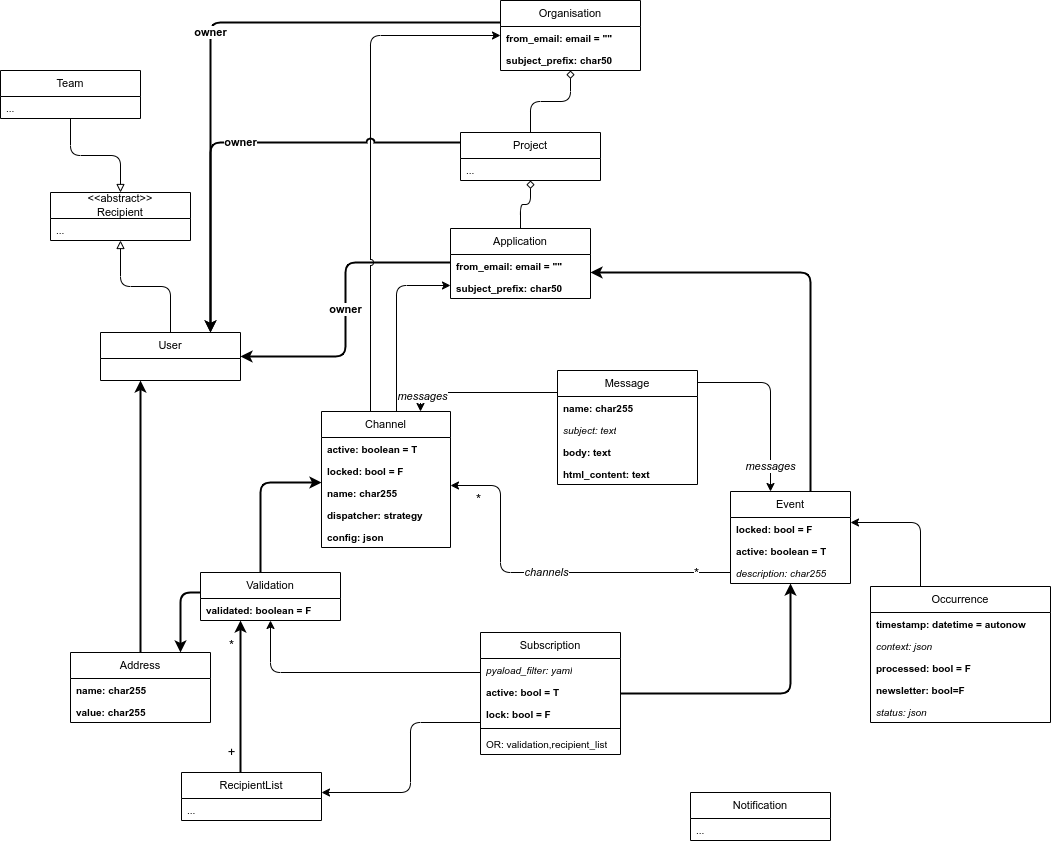
This is docs/BitcasterCD.drawio.png from bitcaster-io/bitcaster, a draw.io export, as it was before one commit. Source tidied: cells renumbered, new cells last; positions are measured from the earlier drawing's top-left corner, leaving out a move shared by most shapes.
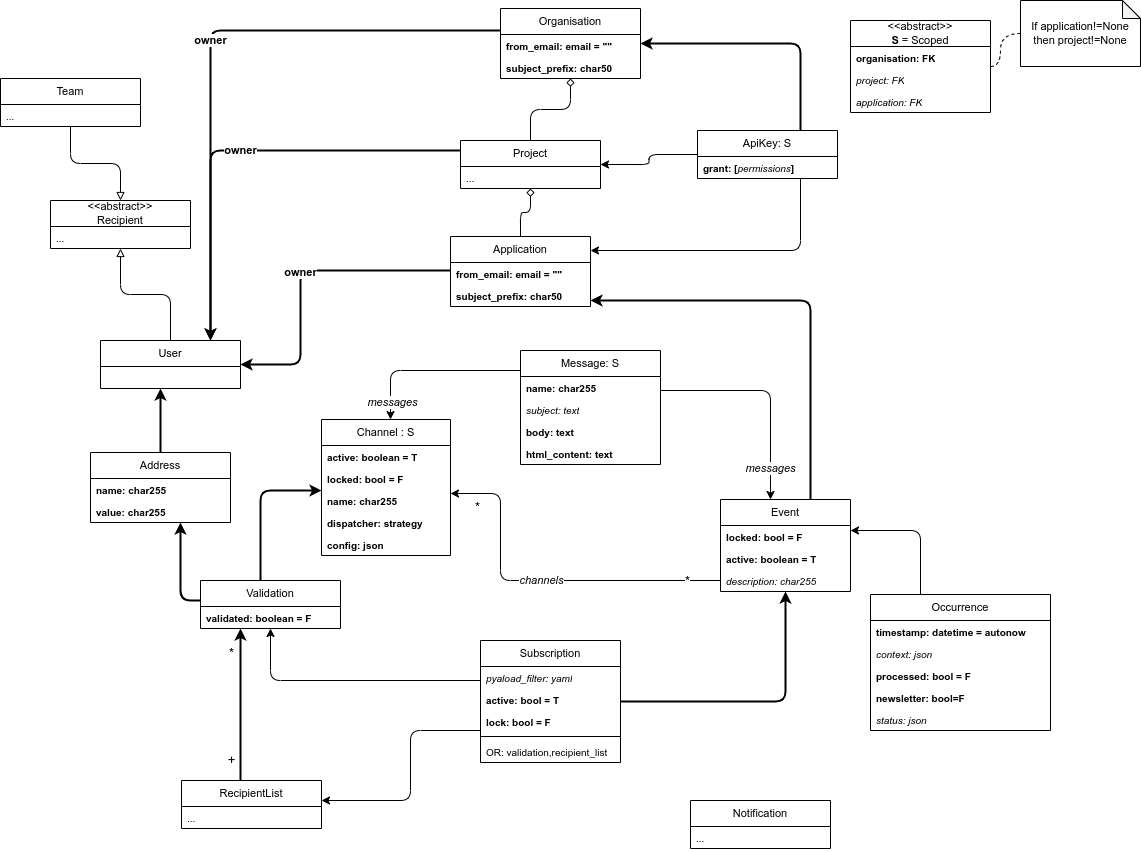
Later version of the same file.

The edit, as a diff of the source:
```diff
@@ -15,15 +15,15 @@
     <mxCell id="4" style="edgeStyle=orthogonalEdgeStyle;curved=0;rounded=1;jumpStyle=arc;jettySize=auto;html=1;strokeColor=default;align=center;verticalAlign=middle;fontFamily=Helvetica;fontSize=11;fontColor=default;labelBackgroundColor=default;endArrow=classic;" parent="1" edge="1" source="6" target="31">
       <mxGeometry relative="1" as="geometry">
         <Array as="points">
-          <mxPoint x="420" y="392" />
+          <mxPoint x="390" y="362" />
         </Array>
       </mxGeometry>
     </mxCell>
     <mxCell id="5" value="messages" style="edgeLabel;html=1;align=center;verticalAlign=middle;fontFamily=Helvetica;fontSize=11;fontColor=default;labelBackgroundColor=default;fontStyle=2;" parent="4" vertex="1">
       <mxGeometry x="0.8" y="1" relative="1" as="geometry" />
     </mxCell>
-    <mxCell id="6" value="Message" style="swimlane;fontStyle=0;horizontal=1;startSize=26;fillColor=none;whiteSpace=wrap;html=1;fontSize=11;" parent="1" vertex="1">
-      <mxGeometry x="557" y="370" width="140" height="114" as="geometry" />
+    <mxCell id="6" value="Message: S" style="swimlane;fontStyle=0;horizontal=1;startSize=26;fillColor=none;whiteSpace=wrap;html=1;fontSize=11;" parent="1" vertex="1">
+      <mxGeometry x="520" y="342" width="140" height="114" as="geometry" />
     </mxCell>
     <mxCell id="7" value="name: char255" style="text;strokeColor=none;fillColor=none;align=left;verticalAlign=top;spacingLeft=4;spacingRight=4;overflow=hidden;whiteSpace=wrap;html=1;fontSize=10;fontStyle=1;" parent="6" vertex="1">
       <mxGeometry y="26" width="140" height="22" as="geometry" />
@@ -61,8 +61,8 @@
     <mxCell id="18" value="owner" style="edgeStyle=orthogonalEdgeStyle;curved=0;rounded=1;jumpStyle=arc;jettySize=auto;html=1;strokeColor=default;align=center;verticalAlign=middle;fontFamily=Helvetica;fontSize=11;fontColor=default;labelBackgroundColor=default;endArrow=classic;fontStyle=1;strokeWidth=2;" parent="1" edge="1" source="19" target="53">
       <mxGeometry relative="1" as="geometry">
         <Array as="points">
-          <mxPoint x="345" y="262" />
-          <mxPoint x="345" y="356" />
+          <mxPoint x="300" y="262" />
+          <mxPoint x="300" y="356" />
         </Array>
       </mxGeometry>
     </mxCell>
@@ -101,22 +101,7 @@
     <mxCell id="28" value="OR: validation,recipient_list" style="text;strokeColor=none;fillColor=none;align=left;verticalAlign=top;spacingLeft=4;spacingRight=4;overflow=hidden;whiteSpace=wrap;html=1;fontSize=10;" parent="23" vertex="1">
       <mxGeometry y="100" width="140" height="22" as="geometry" />
     </mxCell>
-    <mxCell id="29" style="edgeStyle=orthogonalEdgeStyle;curved=0;rounded=1;jumpStyle=arc;jettySize=auto;html=1;strokeColor=default;align=center;verticalAlign=middle;fontFamily=Helvetica;fontSize=11;fontColor=default;labelBackgroundColor=default;endArrow=classic;" parent="1" edge="1" source="31" target="12">
-      <mxGeometry relative="1" as="geometry">
-        <Array as="points">
-          <mxPoint x="370" y="35" />
-        </Array>
-      </mxGeometry>
-    </mxCell>
-    <mxCell id="30" style="edgeStyle=orthogonalEdgeStyle;curved=0;rounded=1;jumpStyle=arc;jettySize=auto;html=1;strokeColor=default;align=center;verticalAlign=middle;fontFamily=Helvetica;fontSize=11;fontColor=default;labelBackgroundColor=default;endArrow=classic;" parent="1" edge="1" source="31" target="19">
-      <mxGeometry relative="1" as="geometry">
-        <Array as="points">
-          <mxPoint x="396" y="434" />
-          <mxPoint x="396" y="285" />
-        </Array>
-      </mxGeometry>
-    </mxCell>
-    <mxCell id="31" value="Channel" style="swimlane;fontStyle=0;horizontal=1;startSize=26;fillColor=none;whiteSpace=wrap;html=1;fontSize=11;" parent="1" vertex="1">
+    <mxCell id="31" value="Channel : S" style="swimlane;fontStyle=0;horizontal=1;startSize=26;fillColor=none;whiteSpace=wrap;html=1;fontSize=11;" parent="1" vertex="1">
       <mxGeometry x="321" y="411" width="129" height="136" as="geometry" />
     </mxCell>
     <mxCell id="32" value="active: boolean = T" style="text;strokeColor=none;fillColor=none;align=left;verticalAlign=top;spacingLeft=4;spacingRight=4;overflow=hidden;whiteSpace=wrap;html=1;fontSize=10;fontStyle=1;" parent="31" vertex="1">
@@ -165,21 +150,21 @@
     <mxCell id="45" style="edgeStyle=orthogonalEdgeStyle;curved=0;rounded=1;jumpStyle=arc;jettySize=auto;html=1;strokeColor=default;align=center;verticalAlign=middle;fontFamily=Helvetica;fontSize=11;fontColor=default;labelBackgroundColor=default;endArrow=classic;strokeWidth=2;" parent="1" edge="1" source="46" target="19">
       <mxGeometry relative="1" as="geometry">
         <Array as="points">
-          <mxPoint x="810" y="272" />
+          <mxPoint x="810" y="292" />
         </Array>
       </mxGeometry>
     </mxCell>
     <mxCell id="46" value="Event" style="swimlane;fontStyle=0;horizontal=1;startSize=26;fillColor=none;whiteSpace=wrap;html=1;fontSize=11;" parent="1" vertex="1">
-      <mxGeometry x="730" y="491" width="120" height="92" as="geometry" />
+      <mxGeometry x="720" y="491" width="130" height="92" as="geometry" />
     </mxCell>
     <mxCell id="47" value="locked: bool = F" style="text;strokeColor=none;fillColor=none;align=left;verticalAlign=top;spacingLeft=4;spacingRight=4;overflow=hidden;whiteSpace=wrap;html=1;fontSize=10;fontStyle=1;" parent="46" vertex="1">
-      <mxGeometry y="26" width="120" height="22" as="geometry" />
+      <mxGeometry y="26" width="130" height="22" as="geometry" />
     </mxCell>
     <mxCell id="48" value="active: boolean = T" style="text;strokeColor=none;fillColor=none;align=left;verticalAlign=top;spacingLeft=4;spacingRight=4;overflow=hidden;whiteSpace=wrap;html=1;fontSize=10;fontStyle=1;" parent="46" vertex="1">
-      <mxGeometry y="48" width="120" height="22" as="geometry" />
+      <mxGeometry y="48" width="130" height="22" as="geometry" />
     </mxCell>
     <mxCell id="49" value="description: char255" style="text;strokeColor=none;fillColor=none;align=left;verticalAlign=top;spacingLeft=4;spacingRight=4;overflow=hidden;whiteSpace=wrap;html=1;fontSize=10;fontStyle=2;" parent="46" vertex="1">
-      <mxGeometry y="70" width="120" height="22" as="geometry" />
+      <mxGeometry y="70" width="130" height="22" as="geometry" />
     </mxCell>
     <mxCell id="50" value="&amp;lt;&amp;lt;abstract&amp;gt;&amp;gt;&lt;div&gt;Recipient&lt;/div&gt;" style="swimlane;fontStyle=0;horizontal=1;startSize=26;fillColor=none;whiteSpace=wrap;html=1;fontSize=11;" parent="1" vertex="1">
       <mxGeometry x="50" y="192" width="140" height="48" as="geometry" />
@@ -216,7 +201,7 @@
       </mxGeometry>
     </mxCell>
     <mxCell id="60" value="Address" style="swimlane;fontStyle=0;horizontal=1;startSize=26;fillColor=none;whiteSpace=wrap;html=1;fontSize=11;" parent="1" vertex="1">
-      <mxGeometry x="70" y="652" width="140" height="70" as="geometry" />
+      <mxGeometry x="90" y="444" width="140" height="70" as="geometry" />
     </mxCell>
     <mxCell id="61" value="name: char255" style="text;strokeColor=none;fillColor=none;align=left;verticalAlign=top;spacingLeft=4;spacingRight=4;overflow=hidden;whiteSpace=wrap;html=1;fontSize=10;fontStyle=1;" parent="60" vertex="1">
       <mxGeometry y="26" width="140" height="22" as="geometry" />
@@ -305,5 +290,46 @@
     <mxCell id="77" value="..." style="text;strokeColor=none;fillColor=none;align=left;verticalAlign=top;spacingLeft=4;spacingRight=4;overflow=hidden;whiteSpace=wrap;html=1;fontSize=10;" parent="76" vertex="1">
       <mxGeometry y="26" width="140" height="22" as="geometry" />
     </mxCell>
+    <mxCell id="78" style="edgeStyle=orthogonalEdgeStyle;rounded=1;jettySize=auto;html=1;jumpStyle=arc;strokeWidth=2;" parent="1" edge="1" source="81" target="12">
+      <mxGeometry relative="1" as="geometry">
+        <Array as="points">
+          <mxPoint x="800" y="35" />
+        </Array>
+      </mxGeometry>
+    </mxCell>
+    <mxCell id="79" style="edgeStyle=orthogonalEdgeStyle;shape=connector;rounded=1;jumpStyle=arc;jettySize=auto;html=1;labelBackgroundColor=default;strokeColor=default;align=center;verticalAlign=middle;fontFamily=Helvetica;fontSize=11;fontColor=default;endArrow=classic;strokeWidth=1;" parent="1" edge="1" source="81" target="16">
+      <mxGeometry relative="1" as="geometry" />
+    </mxCell>
+    <mxCell id="80" style="edgeStyle=orthogonalEdgeStyle;shape=connector;rounded=1;jumpStyle=arc;jettySize=auto;html=1;labelBackgroundColor=default;strokeColor=default;align=center;verticalAlign=middle;fontFamily=Helvetica;fontSize=11;fontColor=default;endArrow=classic;strokeWidth=1;" parent="1" edge="1" source="81" target="19">
+      <mxGeometry relative="1" as="geometry">
+        <Array as="points">
+          <mxPoint x="800" y="242" />
+        </Array>
+      </mxGeometry>
+    </mxCell>
+    <mxCell id="81" value="ApiKey: S" style="swimlane;fontStyle=0;horizontal=1;startSize=26;fillColor=none;whiteSpace=wrap;html=1;fontSize=11;" parent="1" vertex="1">
+      <mxGeometry x="697" y="122" width="140" height="48" as="geometry" />
+    </mxCell>
+    <mxCell id="82" value="grant: [&lt;span style=&quot;font-weight: normal;&quot;&gt;&lt;i&gt;permissions&lt;/i&gt;&lt;/span&gt;]" style="text;strokeColor=none;fillColor=none;align=left;verticalAlign=top;spacingLeft=4;spacingRight=4;overflow=hidden;whiteSpace=wrap;html=1;fontSize=10;fontStyle=1;" parent="81" vertex="1">
+      <mxGeometry y="26" width="140" height="22" as="geometry" />
+    </mxCell>
+    <mxCell id="83" value="&amp;lt;&amp;lt;abstract&amp;gt;&amp;gt;&lt;br&gt;&lt;b&gt;S&lt;/b&gt; = Scoped" style="swimlane;fontStyle=0;horizontal=1;startSize=26;fillColor=none;whiteSpace=wrap;html=1;fontSize=11;" parent="1" vertex="1">
+      <mxGeometry x="850" y="12" width="140" height="92" as="geometry" />
+    </mxCell>
+    <mxCell id="84" value="organisation: FK" style="text;strokeColor=none;fillColor=none;align=left;verticalAlign=top;spacingLeft=4;spacingRight=4;overflow=hidden;whiteSpace=wrap;html=1;fontSize=10;fontStyle=1;" parent="83" vertex="1">
+      <mxGeometry y="26" width="140" height="22" as="geometry" />
+    </mxCell>
+    <mxCell id="85" value="project: FK" style="text;strokeColor=none;fillColor=none;align=left;verticalAlign=top;spacingLeft=4;spacingRight=4;overflow=hidden;whiteSpace=wrap;html=1;fontSize=10;fontStyle=2;" parent="83" vertex="1">
+      <mxGeometry y="48" width="140" height="22" as="geometry" />
+    </mxCell>
+    <mxCell id="86" value="application: FK" style="text;strokeColor=none;fillColor=none;align=left;verticalAlign=top;spacingLeft=4;spacingRight=4;overflow=hidden;whiteSpace=wrap;html=1;fontSize=10;fontStyle=2;" parent="83" vertex="1">
+      <mxGeometry y="70" width="140" height="22" as="geometry" />
+    </mxCell>
+    <mxCell id="87" style="edgeStyle=orthogonalEdgeStyle;shape=connector;rounded=1;jumpStyle=arc;jettySize=auto;html=1;labelBackgroundColor=default;strokeColor=default;align=center;verticalAlign=middle;fontFamily=Helvetica;fontSize=11;fontColor=default;endArrow=none;dashed=1;curved=1;endFill=0;" parent="1" edge="1" source="88" target="83">
+      <mxGeometry relative="1" as="geometry" />
+    </mxCell>
+    <mxCell id="88" value="If application!=None then project!=None" style="shape=note;whiteSpace=wrap;html=1;backgroundOutline=1;darkOpacity=0.05;fontFamily=Helvetica;fontSize=11;fontColor=default;size=18;" parent="1" vertex="1">
+      <mxGeometry x="1020" y="-8" width="120" height="66" as="geometry" />
+    </mxCell>
   </root>
 </mxGraphModel>
```
